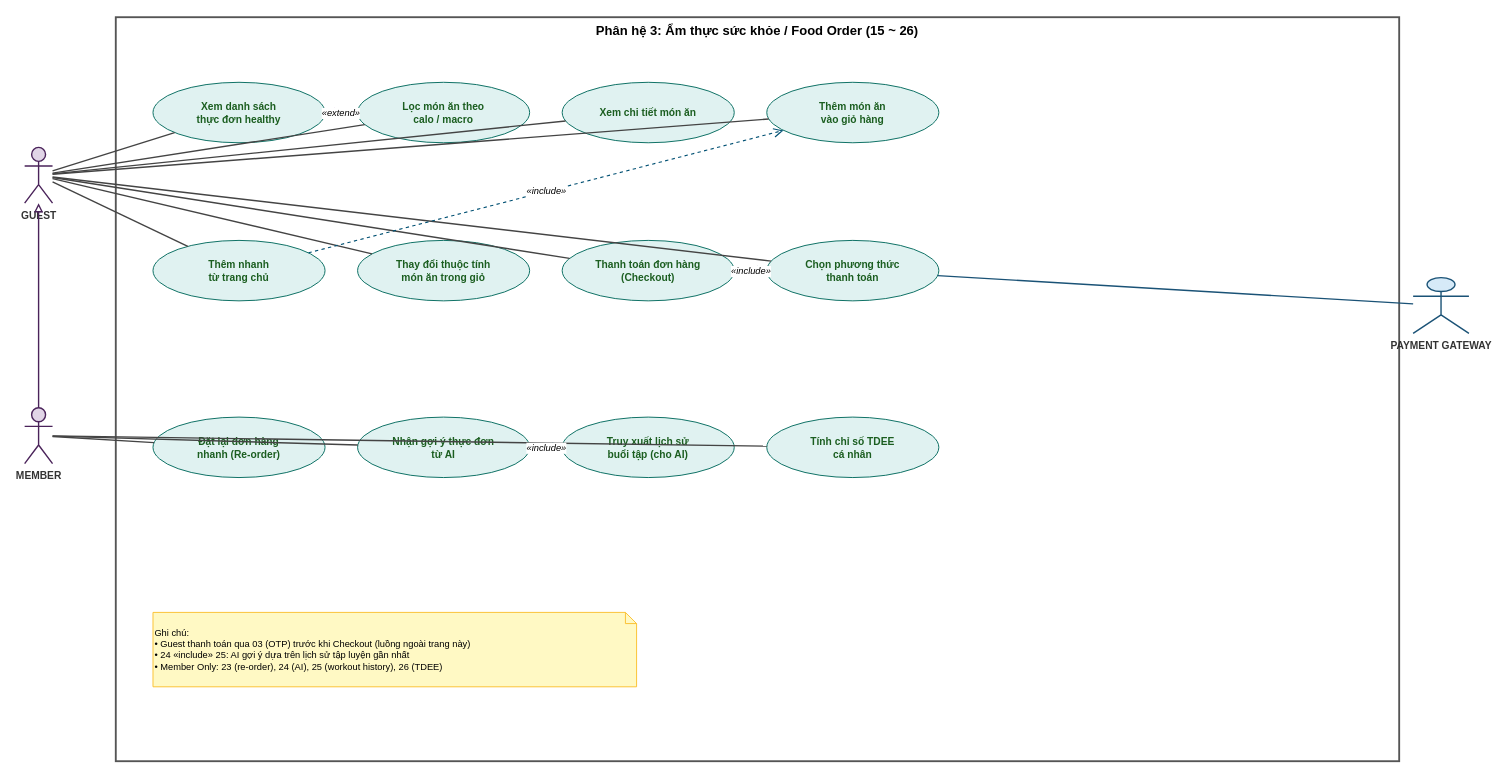
Earlier version of the draw.io diagram page "4. Food Order" (4 of 9) of docs/FitFuel_UseCases.drawio (PTWebKD/full-stack). Source tidied: cells renumbered, new cells numbered last; positions are measured from the earlier drawing's top-left corner, leaving out a move shared by most shapes. Both pictures are drawn from the tidied source at 93%, with x=0, y=0 at pixel (24, 17).
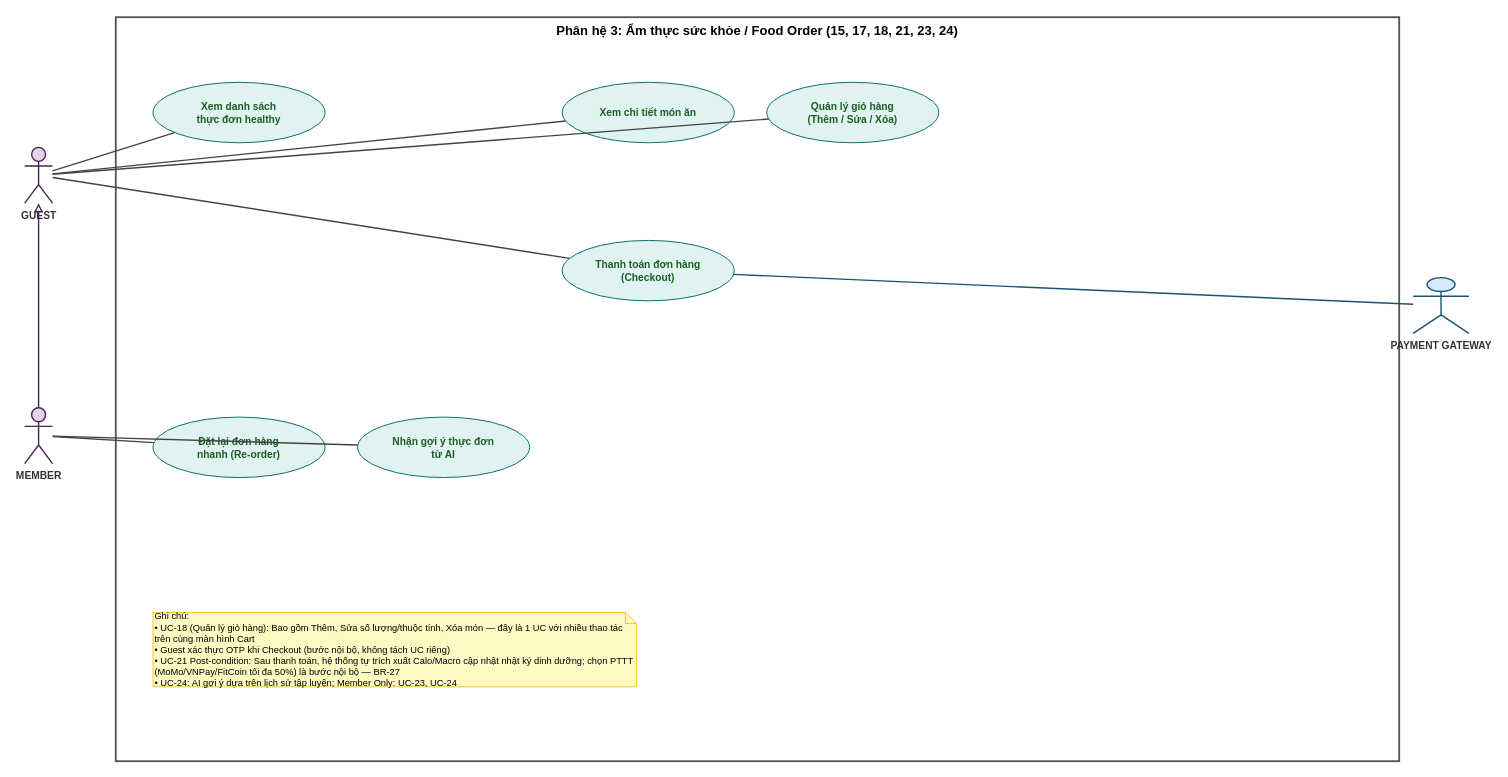
The same page after the edit.

Unchanged cells that the change refers to:
```xml
<mxCell id="3" value="GUEST" style="shape=umlActor;verticalLabelPosition=bottom;verticalAlign=top;html=1;outlineConnect=0;strokeColor=#4A235A;strokeWidth=1.5;fillColor=#E1D5E7;fontColor=#333333;fontSize=11;fontStyle=1;align=center;" parent="1" vertex="1">
  <mxGeometry y="140" width="30" height="60" as="geometry" />
</mxCell>
<mxCell id="4" value="MEMBER" style="shape=umlActor;verticalLabelPosition=bottom;verticalAlign=top;html=1;outlineConnect=0;strokeColor=#4A235A;strokeWidth=1.5;fillColor=#E1D5E7;fontColor=#333333;fontSize=11;fontStyle=1;align=center;" parent="1" vertex="1">
  <mxGeometry y="420" width="30" height="60" as="geometry" />
</mxCell>
<mxCell id="5" value="PAYMENT GATEWAY" style="shape=umlActor;verticalLabelPosition=bottom;verticalAlign=top;html=1;outlineConnect=0;strokeColor=#1A5276;strokeWidth=1.5;fillColor=#D6EAF8;fontColor=#333333;fontSize=11;fontStyle=1;align=center;" parent="1" vertex="1">
  <mxGeometry x="1493" y="280" width="60" height="60" as="geometry" />
</mxCell>
<mxCell id="7" value="Xem danh sách&#10;thực đơn healthy" style="ellipse;whiteSpace=wrap;html=1;fillColor=#E0F2F1;strokeColor=#00695C;fontColor=#1B5E20;fontSize=11;align=center;fontStyle=1;" parent="1" vertex="1">
  <mxGeometry x="138" y="70" width="185" height="65" as="geometry" />
</mxCell>
<mxCell id="13" value="Thanh toán đơn hàng&#10;(Checkout)" style="ellipse;whiteSpace=wrap;html=1;fillColor=#E0F2F1;strokeColor=#00695C;fontColor=#1B5E20;fontSize=11;align=center;fontStyle=1;" parent="1" vertex="1">
  <mxGeometry x="578" y="240" width="185" height="65" as="geometry" />
</mxCell>
<mxCell id="16" value="Nhận gợi ý thực đơn&#10;từ AI" style="ellipse;whiteSpace=wrap;html=1;fillColor=#E0F2F1;strokeColor=#00695C;fontColor=#1B5E20;fontSize=11;align=center;fontStyle=1;" parent="1" vertex="1">
  <mxGeometry x="358" y="430" width="185" height="65" as="geometry" />
</mxCell>
```

What changed in the source:
```diff
@@
-    <mxCell id="2" value="Phân hệ 3: Ẩm thực sức khỏe / Food Order (15 ~ 26)" style="rounded=0;whiteSpace=wrap;html=1;fillColor=none;strokeColor=#555555;strokeWidth=2;fontSize=14;fontStyle=1;verticalAlign=top;" parent="1" vertex="1">
+    <mxCell id="2" value="Phân hệ 3: Ẩm thực sức khỏe / Food Order (15, 17, 18, 21, 23, 24)" style="rounded=0;whiteSpace=wrap;html=1;fillColor=none;strokeColor=#555555;strokeWidth=2;fontSize=14;fontStyle=1;verticalAlign=top;" parent="1" vertex="1">
       <mxGeometry x="98" width="1380" height="800" as="geometry" />
     </mxCell>
@@
-    <mxCell id="8" value="Lọc món ăn theo&#10;calo / macro" style="ellipse;whiteSpace=wrap;html=1;fillColor=#E0F2F1;strokeColor=#00695C;fontColor=#1B5E20;fontSize=11;align=center;fontStyle=1;" parent="1" vertex="1">
-      <mxGeometry x="358" y="70" width="185" height="65" as="geometry" />
-    </mxCell>
@@
-    <mxCell id="10" value="Thêm món ăn&#10;vào giỏ hàng" style="ellipse;whiteSpace=wrap;html=1;fillColor=#E0F2F1;strokeColor=#00695C;fontColor=#1B5E20;fontSize=11;align=center;fontStyle=1;" parent="1" vertex="1">
+    <mxCell id="10" value="Quản lý giỏ hàng&#10;(Thêm / Sửa / Xóa)" style="ellipse;whiteSpace=wrap;html=1;fillColor=#E0F2F1;strokeColor=#00695C;fontColor=#1B5E20;fontSize=11;align=center;fontStyle=1;" parent="1" vertex="1">
       <mxGeometry x="798" y="70" width="185" height="65" as="geometry" />
     </mxCell>
-    <mxCell id="11" value="Thêm nhanh&#10;từ trang chủ" style="ellipse;whiteSpace=wrap;html=1;fillColor=#E0F2F1;strokeColor=#00695C;fontColor=#1B5E20;fontSize=11;align=center;fontStyle=1;" parent="1" vertex="1">
-      <mxGeometry x="138" y="240" width="185" height="65" as="geometry" />
-    </mxCell>
-    <mxCell id="12" value="Thay đổi thuộc tính&#10;món ăn trong giỏ" style="ellipse;whiteSpace=wrap;html=1;fillColor=#E0F2F1;strokeColor=#00695C;fontColor=#1B5E20;fontSize=11;align=center;fontStyle=1;" parent="1" vertex="1">
-      <mxGeometry x="358" y="240" width="185" height="65" as="geometry" />
-    </mxCell>
@@
-    <mxCell id="14" value="Chọn phương thức&#10;thanh toán" style="ellipse;whiteSpace=wrap;html=1;fillColor=#E0F2F1;strokeColor=#00695C;fontColor=#1B5E20;fontSize=11;align=center;fontStyle=1;" parent="1" vertex="1">
-      <mxGeometry x="798" y="240" width="185" height="65" as="geometry" />
-    </mxCell>
@@
-    <mxCell id="17" value="Truy xuất lịch sử&#10;buổi tập (cho AI)" style="ellipse;whiteSpace=wrap;html=1;fillColor=#E0F2F1;strokeColor=#00695C;fontColor=#1B5E20;fontSize=11;align=center;fontStyle=1;" parent="1" vertex="1">
-      <mxGeometry x="578" y="430" width="185" height="65" as="geometry" />
-    </mxCell>
-    <mxCell id="18" value="Tính chỉ số TDEE&#10;cá nhân" style="ellipse;whiteSpace=wrap;html=1;fillColor=#E0F2F1;strokeColor=#00695C;fontColor=#1B5E20;fontSize=11;align=center;fontStyle=1;" parent="1" vertex="1">
-      <mxGeometry x="798" y="430" width="185" height="65" as="geometry" />
-    </mxCell>
@@
-    <mxCell id="20" style="endArrow=none;html=1;strokeColor=#444444;strokeWidth=1.5;" parent="1" edge="1" source="3" target="8">
-      <mxGeometry relative="1" as="geometry" />
-    </mxCell>
@@
-    <mxCell id="23" style="endArrow=none;html=1;strokeColor=#444444;strokeWidth=1.5;" parent="1" edge="1" source="3" target="11">
-      <mxGeometry relative="1" as="geometry" />
-    </mxCell>
-    <mxCell id="24" style="endArrow=none;html=1;strokeColor=#444444;strokeWidth=1.5;" parent="1" edge="1" source="3" target="12">
-      <mxGeometry relative="1" as="geometry" />
-    </mxCell>
@@
-    <mxCell id="26" style="endArrow=none;html=1;strokeColor=#444444;strokeWidth=1.5;" parent="1" edge="1" source="3" target="14">
-      <mxGeometry relative="1" as="geometry" />
-    </mxCell>
@@
-    <mxCell id="29" style="endArrow=none;html=1;strokeColor=#444444;strokeWidth=1.5;" parent="1" edge="1" source="4" target="18">
-      <mxGeometry relative="1" as="geometry" />
-    </mxCell>
-    <mxCell id="30" style="endArrow=none;html=1;strokeColor=#1A5276;strokeWidth=1.5;" parent="1" edge="1" source="5" target="14">
+    <mxCell id="30" style="endArrow=none;html=1;strokeColor=#1A5276;strokeWidth=1.5;" parent="1" edge="1" source="5" target="13">
       <mxGeometry relative="1" as="geometry" />
     </mxCell>
-    <mxCell id="31" value="«include»" style="endArrow=open;endSize=8;dashed=1;html=1;strokeColor=#005073;strokeWidth=1.2;fontStyle=2;fontSize=10;" parent="1" edge="1" source="13" target="14">
-      <mxGeometry relative="1" as="geometry" />
-    </mxCell>
-    <mxCell id="32" value="«include»" style="endArrow=open;endSize=8;dashed=1;html=1;strokeColor=#005073;strokeWidth=1.2;fontStyle=2;fontSize=10;" parent="1" edge="1" source="16" target="17">
-      <mxGeometry relative="1" as="geometry" />
-    </mxCell>
-    <mxCell id="33" value="«include»" style="endArrow=open;endSize=8;dashed=1;html=1;strokeColor=#005073;strokeWidth=1.2;fontStyle=2;fontSize=10;" parent="1" edge="1" source="11" target="10">
-      <mxGeometry relative="1" as="geometry" />
-    </mxCell>
-    <mxCell id="34" value="«extend»" style="endArrow=open;endSize=8;dashed=1;html=1;strokeColor=#7D3C98;strokeWidth=1.2;fontStyle=2;fontSize=10;" parent="1" edge="1" source="8" target="7">
-      <mxGeometry relative="1" as="geometry" />
-    </mxCell>
-    <mxCell id="35" value="Ghi chú:&#10;• Guest thanh toán qua 03 (OTP) trước khi Checkout (luồng ngoài trang này)&#10;• 24 «include» 25: AI gợi ý dựa trên lịch sử tập luyện gần nhất&#10;• Member Only: 23 (re-order), 24 (AI), 25 (workout history), 26 (TDEE)" style="shape=note;whiteSpace=wrap;html=1;backgroundOutline=1;fillColor=#FFF9C4;strokeColor=#FBC02D;fontSize=10;align=left;size=12;" parent="1" vertex="1">
+    <mxCell id="35" value="Ghi chú:&#10;• UC-18 (Quản lý giỏ hàng): Bao gồm Thêm, Sửa số lượng/thuộc tính, Xóa món — đây là 1 UC với nhiều thao tác trên cùng màn hình Cart&#10;• Guest xác thực OTP khi Checkout (bước nội bộ, không tách UC riêng)&#10;• UC-21 Post-condition: Sau thanh toán, hệ thống tự trích xuất Calo/Macro cập nhật nhật ký dinh dưỡng; chọn PTTT (MoMo/VNPay/FitCoin tối đa 50%) là bước nội bộ — BR-27&#10;• UC-24: AI gợi ý dựa trên lịch sử tập luyện; Member Only: UC-23, UC-24" style="shape=note;whiteSpace=wrap;html=1;backgroundOutline=1;fillColor=#FFF9C4;strokeColor=#FBC02D;fontSize=10;align=left;size=12;" parent="1" vertex="1">
       <mxGeometry x="138" y="640" width="520" height="80" as="geometry" />
     </mxCell>
```
